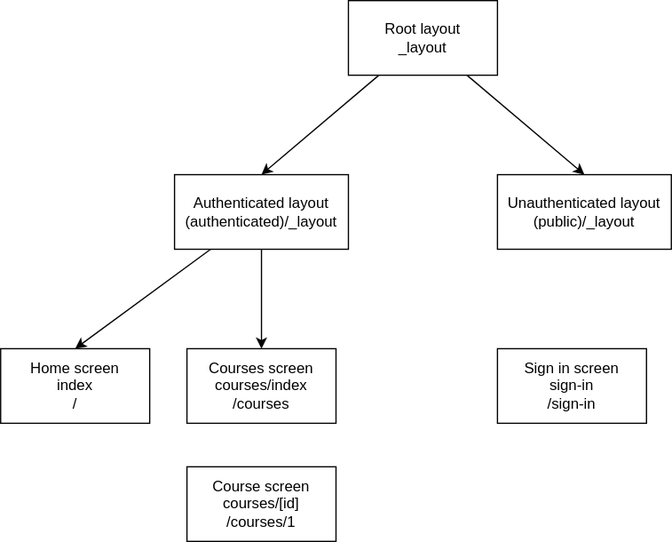
Earlier version of the draw.io export docs/diagrams/hierarchy.drawio.svg (thedatasnok/idata2503-project). Source tidied: cells renumbered, new cells last; positions are measured from the earlier drawing's top-left corner, leaving out a move shared by most shapes. Its diagram source:
```xml
<mxGraphModel>
  <root>
    <mxCell id="0" />
    <mxCell id="1" parent="0" />
    <mxCell id="2" style="edgeStyle=none;html=1;entryX=0.5;entryY=0;entryDx=0;entryDy=0;" parent="1" edge="1" source="4" target="7">
      <mxGeometry relative="1" as="geometry" />
    </mxCell>
    <mxCell id="3" style="edgeStyle=none;html=1;entryX=0.5;entryY=0;entryDx=0;entryDy=0;" parent="1" edge="1" source="4" target="8">
      <mxGeometry relative="1" as="geometry" />
    </mxCell>
    <mxCell id="4" value="Root layout&lt;br&gt;_layout" style="rounded=0;whiteSpace=wrap;html=1;" parent="1" vertex="1">
      <mxGeometry x="280" width="120" height="60" as="geometry" />
    </mxCell>
    <mxCell id="5" style="edgeStyle=none;html=1;entryX=0.5;entryY=0;entryDx=0;entryDy=0;" parent="1" edge="1" source="7" target="10">
      <mxGeometry relative="1" as="geometry" />
    </mxCell>
    <mxCell id="6" style="edgeStyle=none;html=1;entryX=0.5;entryY=0;entryDx=0;entryDy=0;" parent="1" edge="1" source="7" target="9">
      <mxGeometry relative="1" as="geometry" />
    </mxCell>
    <mxCell id="7" value="Authenticated layout&lt;br&gt;(authenticated)/_layout" style="rounded=0;whiteSpace=wrap;html=1;" parent="1" vertex="1">
      <mxGeometry x="140" y="140" width="140" height="60" as="geometry" />
    </mxCell>
    <mxCell id="8" value="Unauthenticated layout&lt;br&gt;(public)/_layout" style="rounded=0;whiteSpace=wrap;html=1;" parent="1" vertex="1">
      <mxGeometry x="400" y="140" width="140" height="60" as="geometry" />
    </mxCell>
    <mxCell id="9" value="Home screen&lt;br&gt;index&lt;br&gt;/" style="rounded=0;whiteSpace=wrap;html=1;" parent="1" vertex="1">
      <mxGeometry y="280" width="120" height="60" as="geometry" />
    </mxCell>
    <mxCell id="10" value="Courses screen&lt;br&gt;courses/index&lt;br&gt;/courses" style="rounded=0;whiteSpace=wrap;html=1;" parent="1" vertex="1">
      <mxGeometry x="150" y="280" width="120" height="60" as="geometry" />
    </mxCell>
    <mxCell id="11" value="Sign in screen&lt;br&gt;sign-in&lt;br&gt;/sign-in" style="rounded=0;whiteSpace=wrap;html=1;" parent="1" vertex="1">
      <mxGeometry x="400" y="280" width="120" height="60" as="geometry" />
    </mxCell>
    <mxCell id="12" value="Course screen&lt;br&gt;courses/[id]&lt;br&gt;/courses/1" style="rounded=0;whiteSpace=wrap;html=1;" parent="1" vertex="1">
      <mxGeometry x="150" y="375" width="120" height="60" as="geometry" />
    </mxCell>
  </root>
</mxGraphModel>
```
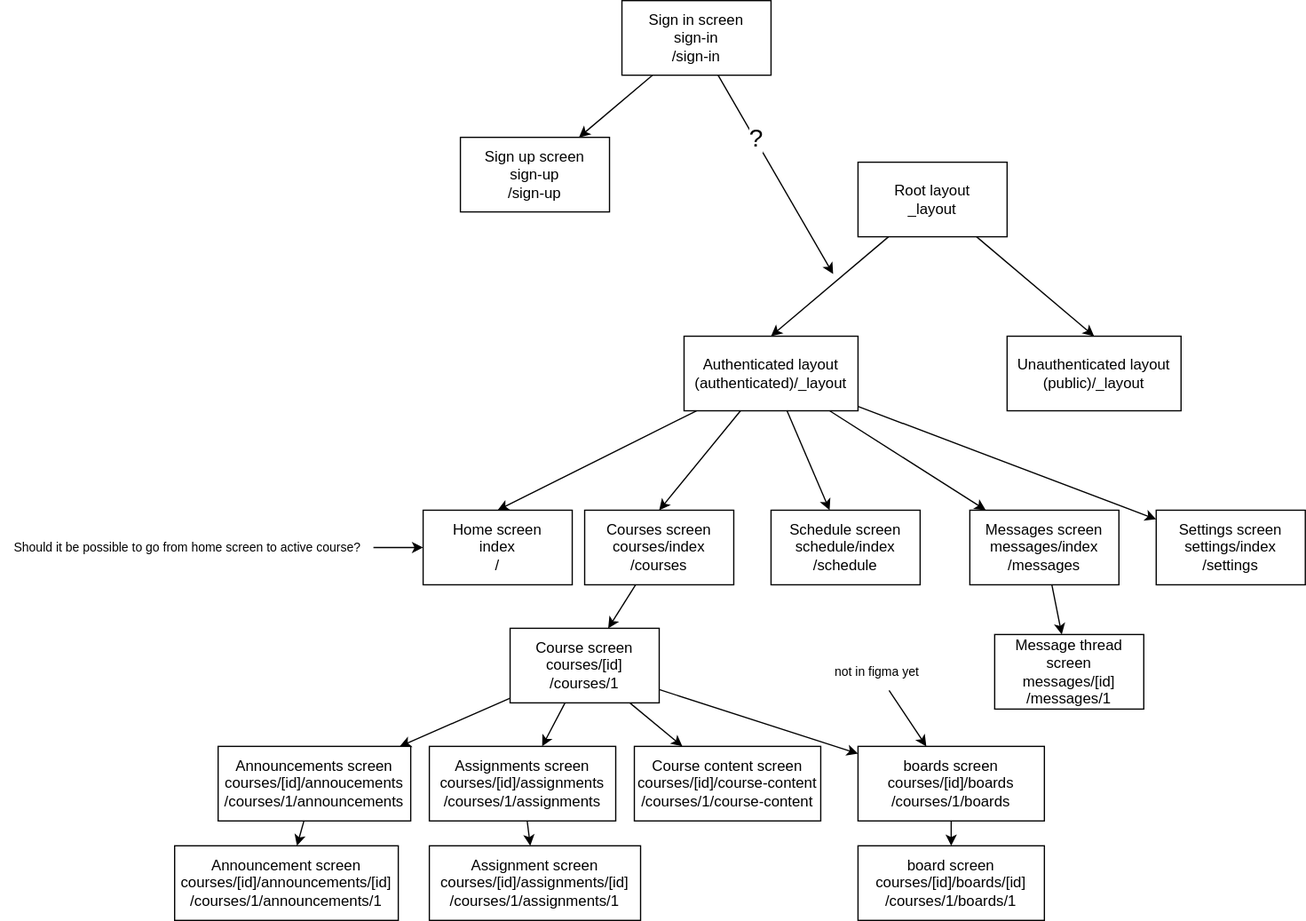
The same diagram one commit later.

Commit message:
docs: #13 hierarchy diagram draft

Change to the diagram source:
```diff
@@ -17,6 +17,15 @@
     <mxCell id="6" style="edgeStyle=none;html=1;entryX=0.5;entryY=0;entryDx=0;entryDy=0;" parent="1" edge="1" source="7" target="9">
       <mxGeometry relative="1" as="geometry" />
     </mxCell>
+    <mxCell id="13" style="edgeStyle=none;html=1;" parent="1" edge="1" source="7" target="24">
+      <mxGeometry relative="1" as="geometry" />
+    </mxCell>
+    <mxCell id="14" style="edgeStyle=none;html=1;" parent="1" edge="1" source="7" target="26">
+      <mxGeometry relative="1" as="geometry" />
+    </mxCell>
+    <mxCell id="15" style="edgeStyle=none;html=1;" parent="1" edge="1" source="7" target="27">
+      <mxGeometry relative="1" as="geometry" />
+    </mxCell>
     <mxCell id="7" value="Authenticated layout&lt;br&gt;(authenticated)/_layout" style="rounded=0;whiteSpace=wrap;html=1;" parent="1" vertex="1">
       <mxGeometry x="140" y="140" width="140" height="60" as="geometry" />
     </mxCell>
@@ -24,16 +33,102 @@
       <mxGeometry x="400" y="140" width="140" height="60" as="geometry" />
     </mxCell>
     <mxCell id="9" value="Home screen&lt;br&gt;index&lt;br&gt;/" style="rounded=0;whiteSpace=wrap;html=1;" parent="1" vertex="1">
-      <mxGeometry y="280" width="120" height="60" as="geometry" />
+      <mxGeometry x="-70" y="280" width="120" height="60" as="geometry" />
     </mxCell>
+    <mxCell id="16" style="edgeStyle=none;html=1;" parent="1" edge="1" source="10" target="12">
+      <mxGeometry relative="1" as="geometry" />
+    </mxCell>
     <mxCell id="10" value="Courses screen&lt;br&gt;courses/index&lt;br&gt;/courses" style="rounded=0;whiteSpace=wrap;html=1;" parent="1" vertex="1">
-      <mxGeometry x="150" y="280" width="120" height="60" as="geometry" />
+      <mxGeometry x="60" y="280" width="120" height="60" as="geometry" />
     </mxCell>
+    <mxCell id="17" style="edgeStyle=none;html=1;" parent="1" edge="1" source="11">
+      <mxGeometry relative="1" as="geometry">
+        <mxPoint x="260" y="90" as="targetPoint" />
+      </mxGeometry>
+    </mxCell>
+    <mxCell id="18" value="?" style="edgeLabel;html=1;align=center;verticalAlign=middle;fontSize=20;" parent="17" vertex="1">
+      <mxGeometry x="-0.37" y="1" relative="1" as="geometry" />
+    </mxCell>
+    <mxCell id="19" style="edgeStyle=none;html=1;" parent="1" edge="1" source="11" target="28">
+      <mxGeometry relative="1" as="geometry" />
+    </mxCell>
     <mxCell id="11" value="Sign in screen&lt;br&gt;sign-in&lt;br&gt;/sign-in" style="rounded=0;whiteSpace=wrap;html=1;" parent="1" vertex="1">
-      <mxGeometry x="400" y="280" width="120" height="60" as="geometry" />
+      <mxGeometry x="90" y="-130" width="120" height="60" as="geometry" />
     </mxCell>
+    <mxCell id="20" style="edgeStyle=none;html=1;fontSize=10;" parent="1" edge="1" source="12" target="33">
+      <mxGeometry relative="1" as="geometry" />
+    </mxCell>
+    <mxCell id="21" style="edgeStyle=none;html=1;fontSize=10;" parent="1" edge="1" source="12" target="36">
+      <mxGeometry relative="1" as="geometry" />
+    </mxCell>
+    <mxCell id="22" style="edgeStyle=none;html=1;fontSize=10;" parent="1" edge="1" source="12" target="38">
+      <mxGeometry relative="1" as="geometry" />
+    </mxCell>
+    <mxCell id="23" style="edgeStyle=none;html=1;fontSize=10;" parent="1" edge="1" source="12" target="40">
+      <mxGeometry relative="1" as="geometry" />
+    </mxCell>
     <mxCell id="12" value="Course screen&lt;br&gt;courses/[id]&lt;br&gt;/courses/1" style="rounded=0;whiteSpace=wrap;html=1;" parent="1" vertex="1">
-      <mxGeometry x="150" y="375" width="120" height="60" as="geometry" />
+      <mxGeometry y="375" width="120" height="60" as="geometry" />
     </mxCell>
+    <mxCell id="24" value="Schedule screen&lt;br&gt;schedule/index&lt;br&gt;/schedule" style="rounded=0;whiteSpace=wrap;html=1;" parent="1" vertex="1">
+      <mxGeometry x="210" y="280" width="120" height="60" as="geometry" />
+    </mxCell>
+    <mxCell id="25" style="edgeStyle=none;html=1;fontSize=10;" parent="1" edge="1" source="26" target="31">
+      <mxGeometry relative="1" as="geometry" />
+    </mxCell>
+    <mxCell id="26" value="Messages screen&lt;br&gt;messages/index&lt;br&gt;/messages" style="rounded=0;whiteSpace=wrap;html=1;" parent="1" vertex="1">
+      <mxGeometry x="370" y="280" width="120" height="60" as="geometry" />
+    </mxCell>
+    <mxCell id="27" value="Settings screen&lt;br&gt;settings/index&lt;br&gt;/settings" style="rounded=0;whiteSpace=wrap;html=1;" parent="1" vertex="1">
+      <mxGeometry x="520" y="280" width="120" height="60" as="geometry" />
+    </mxCell>
+    <mxCell id="28" value="Sign up screen&lt;br&gt;sign-up&lt;br&gt;/sign-up" style="rounded=0;whiteSpace=wrap;html=1;" parent="1" vertex="1">
+      <mxGeometry x="-40" y="-20" width="120" height="60" as="geometry" />
+    </mxCell>
+    <mxCell id="29" style="edgeStyle=none;html=1;fontSize=10;" parent="1" edge="1" source="30" target="9">
+      <mxGeometry relative="1" as="geometry" />
+    </mxCell>
+    <mxCell id="30" value="Should it be possible to go from home screen to active course?" style="text;html=1;align=center;verticalAlign=middle;points=[];strokeColor=none;fillColor=none;fontSize=10;flipH=1;flipV=1;" parent="1" vertex="1">
+      <mxGeometry x="-410" y="295" width="300" height="30" as="geometry" />
+    </mxCell>
+    <mxCell id="31" value="Message thread screen&lt;br&gt;messages/[id]&lt;br&gt;/messages/1" style="rounded=0;whiteSpace=wrap;html=1;" parent="1" vertex="1">
+      <mxGeometry x="390" y="380" width="120" height="60" as="geometry" />
+    </mxCell>
+    <mxCell id="32" style="edgeStyle=none;html=1;fontSize=10;" parent="1" edge="1" source="33" target="34">
+      <mxGeometry relative="1" as="geometry" />
+    </mxCell>
+    <mxCell id="33" value="Announcements screen&lt;br&gt;courses/[id]/annoucements&lt;br&gt;/courses/1/announcements" style="rounded=0;whiteSpace=wrap;html=1;" parent="1" vertex="1">
+      <mxGeometry x="-235" y="470" width="155" height="60" as="geometry" />
+    </mxCell>
+    <mxCell id="34" value="Announcement screen&lt;br&gt;courses/[id]/announcements/[id]&lt;br&gt;/courses/1/announcements/1" style="rounded=0;whiteSpace=wrap;html=1;" parent="1" vertex="1">
+      <mxGeometry x="-270" y="550" width="180" height="60" as="geometry" />
+    </mxCell>
+    <mxCell id="35" style="edgeStyle=none;html=1;fontSize=10;" parent="1" edge="1" source="36" target="37">
+      <mxGeometry relative="1" as="geometry" />
+    </mxCell>
+    <mxCell id="36" value="Assignments screen&lt;br&gt;courses/[id]/assignments&lt;br&gt;/courses/1/assignments" style="rounded=0;whiteSpace=wrap;html=1;" parent="1" vertex="1">
+      <mxGeometry x="-65" y="470" width="150" height="60" as="geometry" />
+    </mxCell>
+    <mxCell id="37" value="Assignment screen&lt;br&gt;courses/[id]/assignments/[id]&lt;br&gt;/courses/1/assignments/1" style="rounded=0;whiteSpace=wrap;html=1;" parent="1" vertex="1">
+      <mxGeometry x="-65" y="550" width="170" height="60" as="geometry" />
+    </mxCell>
+    <mxCell id="38" value="Course content screen&lt;br&gt;courses/[id]/course-content&lt;br&gt;/courses/1/course-content" style="rounded=0;whiteSpace=wrap;html=1;" parent="1" vertex="1">
+      <mxGeometry x="100" y="470" width="150" height="60" as="geometry" />
+    </mxCell>
+    <mxCell id="39" style="edgeStyle=none;html=1;fontSize=10;" parent="1" edge="1" source="40" target="41">
+      <mxGeometry relative="1" as="geometry" />
+    </mxCell>
+    <mxCell id="40" value="boards screen&lt;br&gt;courses/[id]/boards&lt;br&gt;/courses/1/boards" style="rounded=0;whiteSpace=wrap;html=1;" parent="1" vertex="1">
+      <mxGeometry x="280" y="470" width="150" height="60" as="geometry" />
+    </mxCell>
+    <mxCell id="41" value="board screen&lt;br&gt;courses/[id]/boards/[id]&lt;br&gt;/courses/1/boards/1" style="rounded=0;whiteSpace=wrap;html=1;" parent="1" vertex="1">
+      <mxGeometry x="280" y="550" width="150" height="60" as="geometry" />
+    </mxCell>
+    <mxCell id="42" style="edgeStyle=none;html=1;fontSize=10;" parent="1" edge="1" source="43" target="40">
+      <mxGeometry relative="1" as="geometry" />
+    </mxCell>
+    <mxCell id="43" value="not in figma yet" style="text;html=1;align=center;verticalAlign=middle;points=[];strokeColor=none;fillColor=none;fontSize=10;flipH=1;flipV=1;" parent="1" vertex="1">
+      <mxGeometry x="250" y="395" width="90" height="30" as="geometry" />
+    </mxCell>
   </root>
 </mxGraphModel>
```
